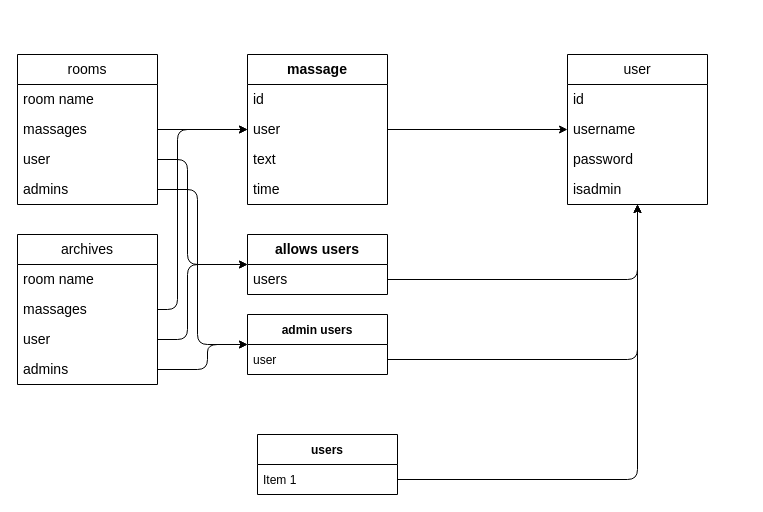
Above: Untitled Diagram.drawio in noambaum00/chat (draw.io), before the change. Source tidied: cells renumbered, new cells numbered last; positions are measured from the earlier drawing's top-left corner, leaving out a move shared by most shapes. Both pictures are drawn from the tidied source at 100%, with x=0, y=0 at pixel (17, 54).
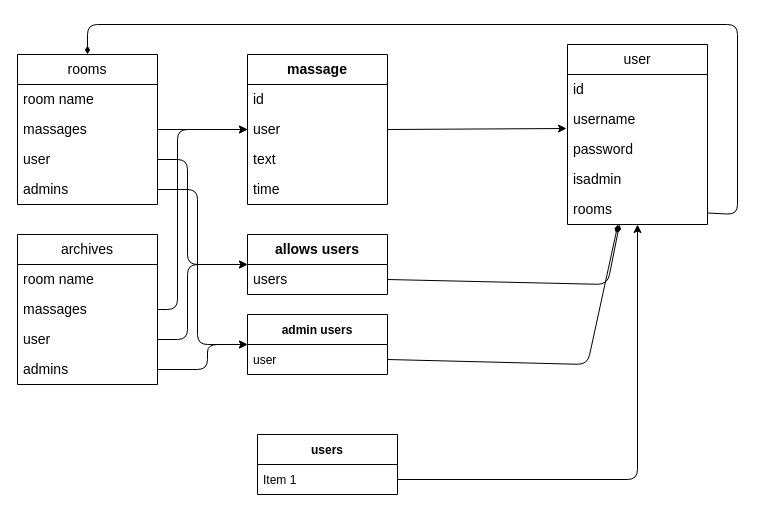
Above is the later version.

Unchanged cells that the change refers to:
```xml
<mxCell id="2" value="rooms" style="swimlane;fontStyle=0;horizontal=1;startSize=30;whiteSpace=wrap;html=1;strokeColor=default;fontSize=14;fillColor=none;" parent="1" vertex="1">
  <mxGeometry width="140" height="150" as="geometry" />
</mxCell>
<mxCell id="8" value="users" style="text;strokeColor=none;fillColor=none;align=left;verticalAlign=middle;spacingLeft=4;spacingRight=4;overflow=hidden;points=[[0,0.5],[1,0.5]];portConstraint=eastwest;whiteSpace=wrap;html=1;fontSize=14;" parent="7" vertex="1">
  <mxGeometry y="30" width="140" height="30" as="geometry" />
</mxCell>
<mxCell id="11" value="user" style="text;strokeColor=none;fillColor=none;align=left;verticalAlign=middle;spacingLeft=4;spacingRight=4;overflow=hidden;points=[[0,0.5],[1,0.5]];portConstraint=eastwest;whiteSpace=wrap;html=1;fontSize=14;" parent="9" vertex="1">
  <mxGeometry y="60" width="140" height="30" as="geometry" />
</mxCell>
<mxCell id="16" value="username" style="text;strokeColor=none;fillColor=none;align=left;verticalAlign=middle;spacingLeft=4;spacingRight=4;overflow=hidden;points=[[0,0.5],[1,0.5]];portConstraint=eastwest;whiteSpace=wrap;html=1;fontSize=14;" parent="14" vertex="1">
  <mxGeometry y="60" width="140" height="30" as="geometry" />
</mxCell>
<mxCell id="20" value="user" style="text;strokeColor=none;fillColor=none;align=left;verticalAlign=middle;spacingLeft=4;spacingRight=4;overflow=hidden;points=[[0,0.5],[1,0.5]];portConstraint=eastwest;" parent="19" vertex="1">
  <mxGeometry y="30" width="140" height="30" as="geometry" />
</mxCell>
```

What changed in the source:
```diff
@@
     <mxCell id="14" value="user" style="swimlane;fontStyle=0;horizontal=1;startSize=30;whiteSpace=wrap;html=1;strokeColor=default;fontSize=14;fillColor=none;" parent="1" vertex="1">
-      <mxGeometry x="550" width="140" height="150" as="geometry" />
+      <mxGeometry x="550" y="-10" width="140" height="180" as="geometry" />
     </mxCell>
@@
+    <mxCell id="38" value="rooms" style="text;strokeColor=none;fillColor=none;align=left;verticalAlign=middle;spacingLeft=4;spacingRight=4;overflow=hidden;points=[[0,0.5],[1,0.5]];portConstraint=eastwest;whiteSpace=wrap;html=1;fontSize=14;" parent="14" vertex="1">
+      <mxGeometry y="150" width="140" height="30" as="geometry" />
+    </mxCell>
@@
-    <mxCell id="21" style="edgeStyle=none;html=1;exitX=1;exitY=0.5;exitDx=0;exitDy=0;" parent="1" edge="1" source="8" target="14">
+    <mxCell id="21" style="edgeStyle=none;html=1;exitX=1;exitY=0.5;exitDx=0;exitDy=0;endArrow=diamondThin;endFill=1;" parent="1" edge="1" source="8" target="14">
       <mxGeometry relative="1" as="geometry">
         <Array as="points">
-          <mxPoint x="620" y="225" />
+          <mxPoint x="590" y="230" />
         </Array>
       </mxGeometry>
     </mxCell>
-    <mxCell id="22" style="edgeStyle=none;html=1;exitX=1;exitY=0.5;exitDx=0;exitDy=0;" parent="1" edge="1" source="20" target="14">
+    <mxCell id="22" style="edgeStyle=none;html=1;exitX=1;exitY=0.5;exitDx=0;exitDy=0;endArrow=diamondThin;endFill=1;" parent="1" edge="1" source="20" target="14">
       <mxGeometry relative="1" as="geometry">
         <Array as="points">
-          <mxPoint x="620" y="305" />
+          <mxPoint x="570" y="310" />
         </Array>
       </mxGeometry>
     </mxCell>
@@
-    <mxCell id="28" style="edgeStyle=none;html=1;exitX=1;exitY=0.5;exitDx=0;exitDy=0;" parent="1" edge="1" source="11" target="14">
+    <mxCell id="28" style="edgeStyle=none;html=1;exitX=1;exitY=0.5;exitDx=0;exitDy=0;entryX=-0.007;entryY=0.8;entryDx=0;entryDy=0;entryPerimeter=0;" parent="1" edge="1" source="11" target="16">
       <mxGeometry relative="1" as="geometry" />
     </mxCell>
@@
+    <mxCell id="39" style="edgeStyle=none;html=1;endArrow=diamondThin;endFill=1;" parent="1" edge="1" source="38" target="2">
+      <mxGeometry relative="1" as="geometry">
+        <Array as="points">
+          <mxPoint x="720" y="160" />
+          <mxPoint x="720" y="-30" />
+          <mxPoint x="70" y="-30" />
+        </Array>
+      </mxGeometry>
+    </mxCell>
```
